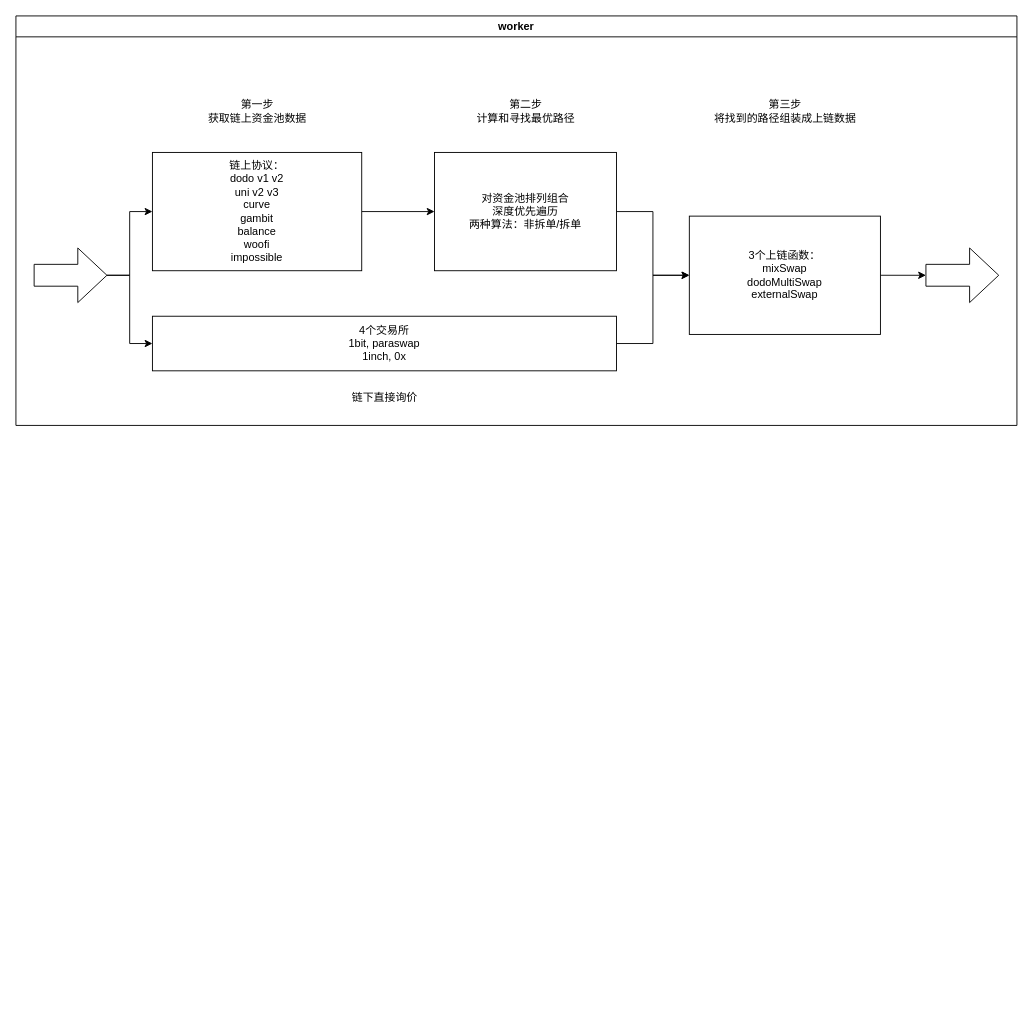
Before: route-api/worker.drawio in dodowq/diagrams, a draw.io diagram. Source tidied: cells renumbered, new cells numbered last; positions are measured from the earlier drawing's top-left corner, leaving out a move shared by most shapes. Both pictures are drawn from the tidied source at 91%, with x=0, y=0 at pixel (15, 15).
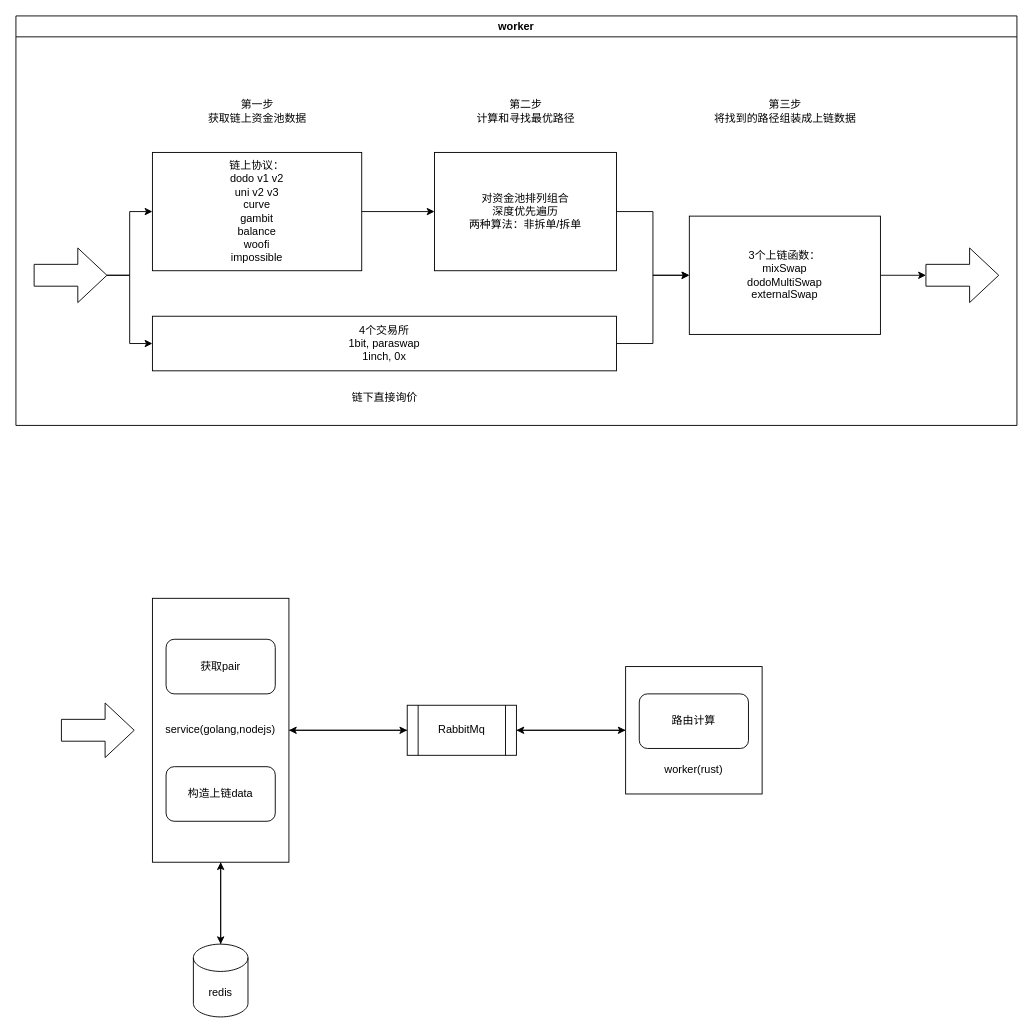
Above is the later version.

The edit, as a diff of the source:
```diff
@@
+    <mxCell id="19" style="edgeStyle=orthogonalEdgeStyle;rounded=0;jettySize=auto;html=1;" parent="1" edge="1" source="21" target="28">
+      <mxGeometry relative="1" as="geometry" />
+    </mxCell>
+    <mxCell id="20" style="edgeStyle=orthogonalEdgeStyle;rounded=0;jettySize=auto;html=1;entryX=0.5;entryY=0;entryDx=0;entryDy=0;entryPerimeter=0;" parent="1" edge="1" source="21" target="30">
+      <mxGeometry relative="1" as="geometry" />
+    </mxCell>
+    <mxCell id="21" value="service(golang,nodejs)" style="rounded=0;whiteSpace=wrap;html=1;" parent="1" vertex="1">
+      <mxGeometry x="150" y="640" width="150" height="290" as="geometry" />
+    </mxCell>
+    <mxCell id="22" style="edgeStyle=orthogonalEdgeStyle;rounded=0;jettySize=auto;html=1;entryX=1;entryY=0.5;entryDx=0;entryDy=0;" parent="1" edge="1" source="23" target="28">
+      <mxGeometry relative="1" as="geometry" />
+    </mxCell>
+    <mxCell id="23" value="&lt;br&gt;&lt;br&gt;&lt;br&gt;&lt;br&gt;&lt;br&gt;&lt;br&gt;worker(rust)" style="rounded=0;whiteSpace=wrap;html=1;align=center;" parent="1" vertex="1">
+      <mxGeometry x="670" y="715" width="150" height="140" as="geometry" />
+    </mxCell>
+    <mxCell id="24" value="获取pair" style="rounded=1;whiteSpace=wrap;html=1;" parent="1" vertex="1">
+      <mxGeometry x="165" y="685" width="120" height="60" as="geometry" />
+    </mxCell>
+    <mxCell id="25" value="构造上链data" style="rounded=1;whiteSpace=wrap;html=1;" parent="1" vertex="1">
+      <mxGeometry x="165" y="825" width="120" height="60" as="geometry" />
+    </mxCell>
+    <mxCell id="26" style="edgeStyle=orthogonalEdgeStyle;rounded=0;jettySize=auto;html=1;" parent="1" edge="1" source="28" target="23">
+      <mxGeometry relative="1" as="geometry" />
+    </mxCell>
+    <mxCell id="27" style="edgeStyle=orthogonalEdgeStyle;rounded=0;jettySize=auto;html=1;entryX=1;entryY=0.5;entryDx=0;entryDy=0;" parent="1" edge="1" source="28" target="21">
+      <mxGeometry relative="1" as="geometry" />
+    </mxCell>
+    <mxCell id="28" value="RabbitMq" style="shape=process;whiteSpace=wrap;html=1;backgroundOutline=1;" parent="1" vertex="1">
+      <mxGeometry x="430" y="757.5" width="120" height="55" as="geometry" />
+    </mxCell>
+    <mxCell id="29" style="edgeStyle=orthogonalEdgeStyle;rounded=0;jettySize=auto;html=1;entryX=0.5;entryY=1;entryDx=0;entryDy=0;" parent="1" edge="1" source="30" target="21">
+      <mxGeometry relative="1" as="geometry" />
+    </mxCell>
+    <mxCell id="30" value="redis" style="shape=cylinder3;whiteSpace=wrap;html=1;boundedLbl=1;backgroundOutline=1;size=15;" parent="1" vertex="1">
+      <mxGeometry x="195" y="1020" width="60" height="80" as="geometry" />
+    </mxCell>
+    <mxCell id="31" value="路由计算" style="rounded=1;whiteSpace=wrap;html=1;" parent="1" vertex="1">
+      <mxGeometry x="685" y="745" width="120" height="60" as="geometry" />
+    </mxCell>
+    <mxCell id="32" style="shape=singleArrow;whiteSpace=wrap;html=1;arrowWidth=0.4;arrowSize=0.4;" parent="1" vertex="1">
+      <mxGeometry x="50" y="755" width="80" height="60" as="geometry" />
+    </mxCell>
```
